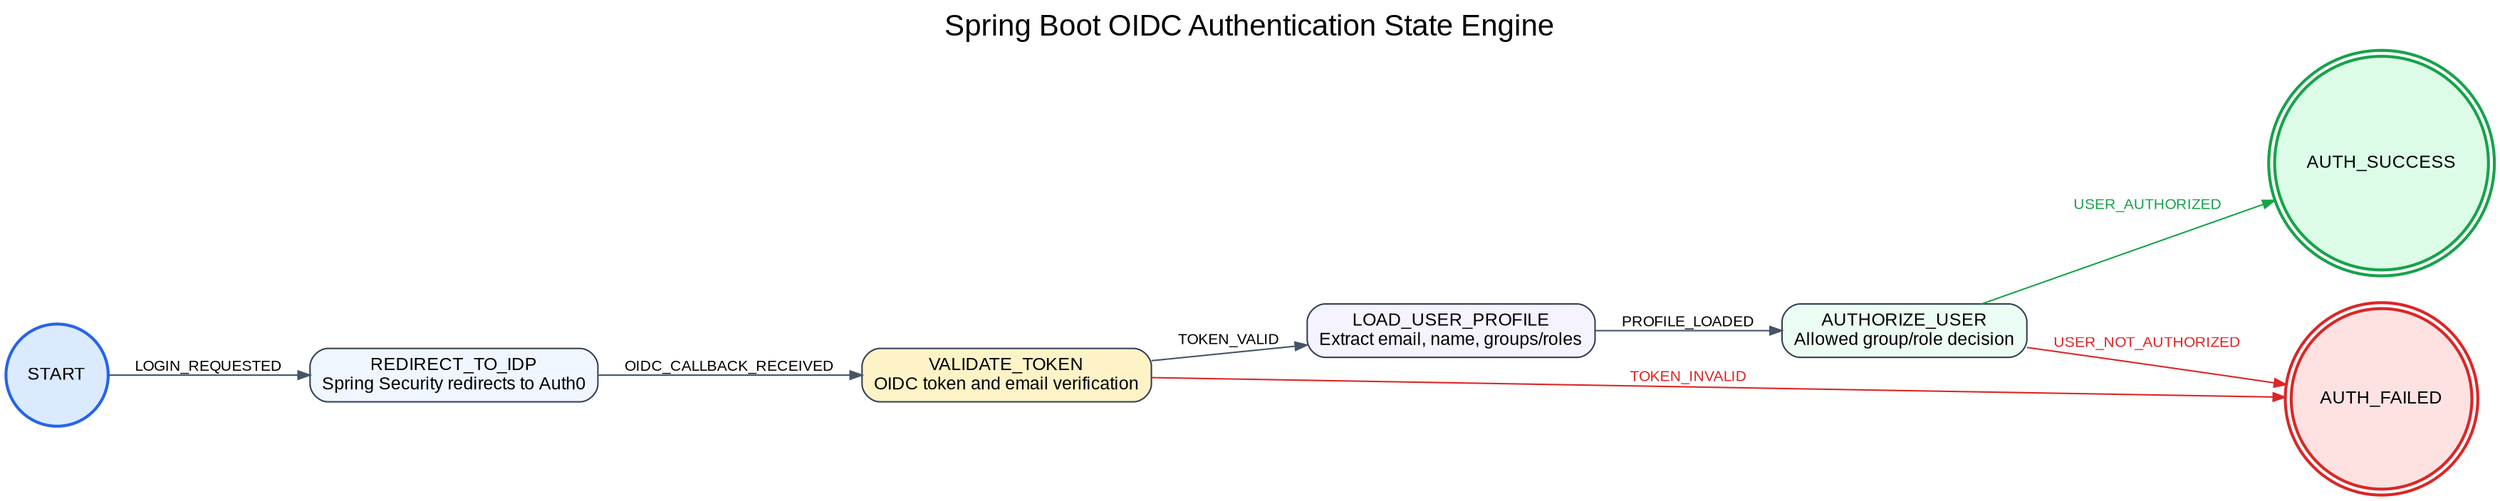
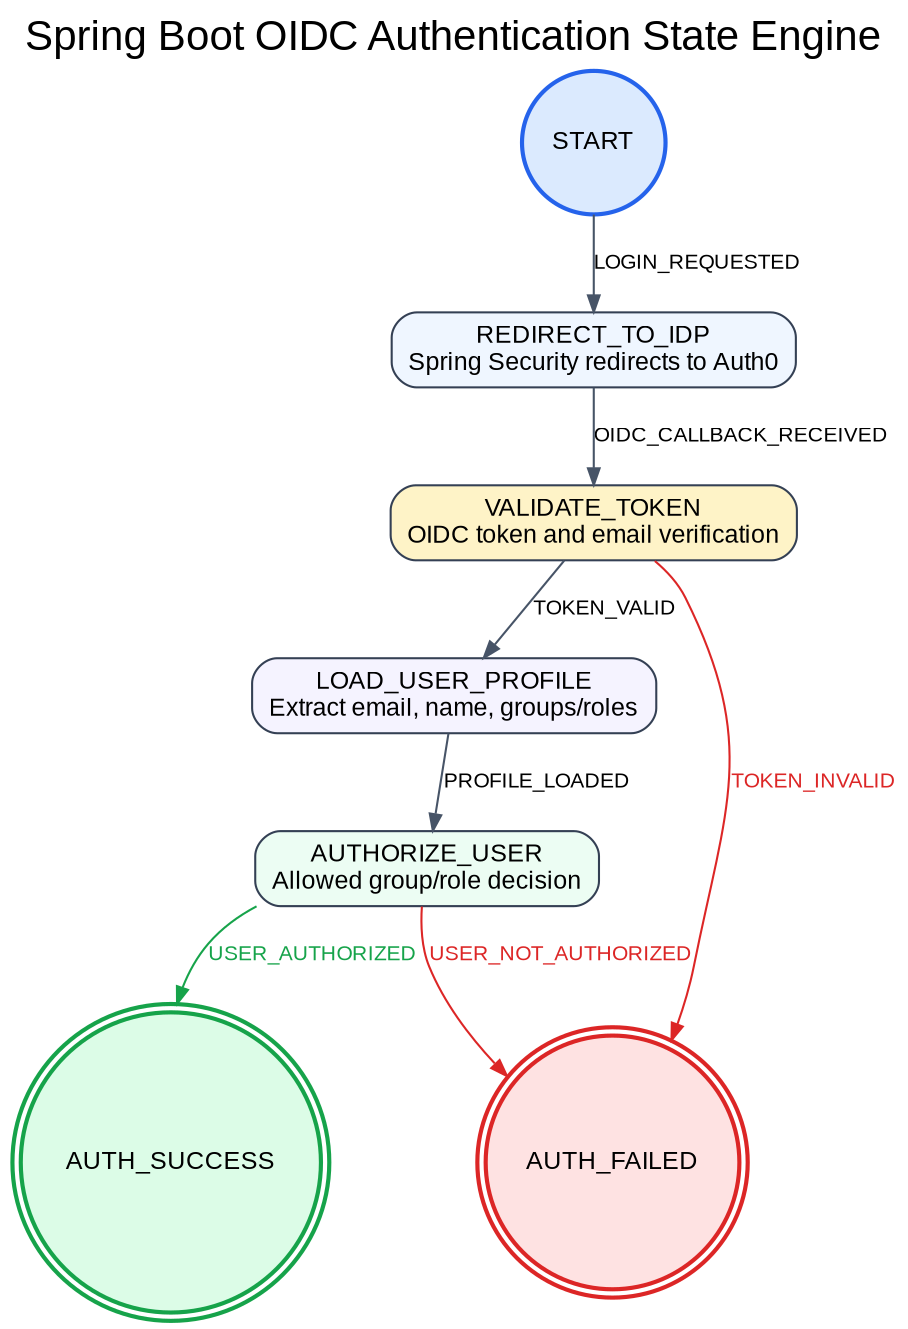
digraph AuthStateMachine {
-   rankdir=LR;
+   rankdir=TB;
  graph [
    label="Spring Boot OIDC Authentication State Engine",
    labelloc=t,
    fontsize=20,
    fontname="Arial",
    bgcolor="white"
  ];
  node [
    shape=box,
    style="rounded,filled",
    fontname="Arial",
    fontsize=12,
    color="#344054",
    fillcolor="#F9FAFB"
  ];
  edge [
    fontname="Arial",
    fontsize=10,
    color="#475467",
    arrowsize=0.8
  ];

  START [shape=circle, fillcolor="#DBEAFE", color="#2563EB", penwidth=2];
  REDIRECT_TO_IDP [label="REDIRECT_TO_IDP\nSpring Security redirects to Auth0", fillcolor="#EFF6FF"];
  VALIDATE_TOKEN [label="VALIDATE_TOKEN\nOIDC token and email verification", fillcolor="#FEF3C7"];
  LOAD_USER_PROFILE [label="LOAD_USER_PROFILE\nExtract email, name, groups/roles", fillcolor="#F5F3FF"];
  AUTHORIZE_USER [label="AUTHORIZE_USER\nAllowed group/role decision", fillcolor="#ECFDF3"];
  AUTH_SUCCESS [shape=doublecircle, label="AUTH_SUCCESS", fillcolor="#DCFCE7", color="#16A34A", penwidth=2];
  AUTH_FAILED [shape=doublecircle, label="AUTH_FAILED", fillcolor="#FEE2E2", color="#DC2626", penwidth=2];

  START -> REDIRECT_TO_IDP [label="LOGIN_REQUESTED"];
  REDIRECT_TO_IDP -> VALIDATE_TOKEN [label="OIDC_CALLBACK_RECEIVED"];
  VALIDATE_TOKEN -> LOAD_USER_PROFILE [label="TOKEN_VALID"];
  VALIDATE_TOKEN -> AUTH_FAILED [label="TOKEN_INVALID", color="#DC2626", fontcolor="#DC2626"];
  LOAD_USER_PROFILE -> AUTHORIZE_USER [label="PROFILE_LOADED"];
  AUTHORIZE_USER -> AUTH_SUCCESS [label="USER_AUTHORIZED", color="#16A34A", fontcolor="#16A34A"];
  AUTHORIZE_USER -> AUTH_FAILED [label="USER_NOT_AUTHORIZED", color="#DC2626", fontcolor="#DC2626"];
}
